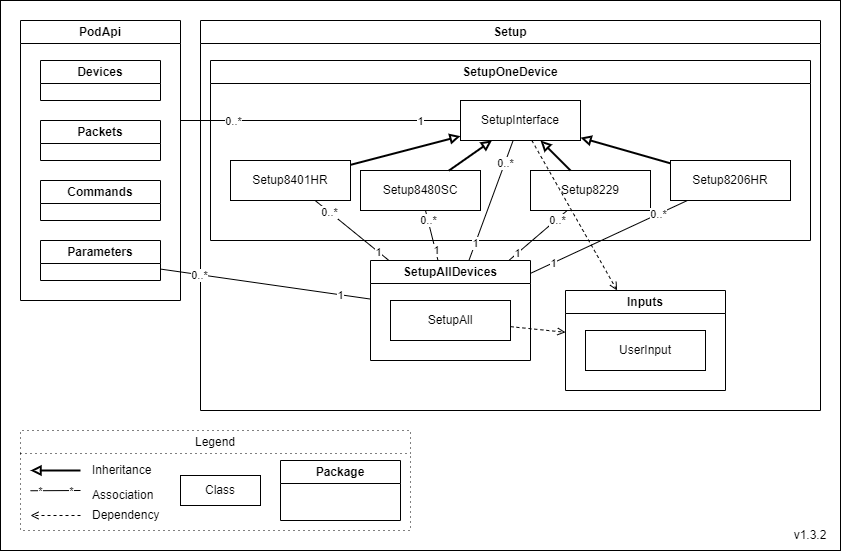
The draw.io diagram Documents/Diagrams/class-diagrams-Setup.png in Pinnacle-Technology-Inc/Morelia, before a commit. Source tidied: cells renumbered, new cells last; positions are measured from the earlier drawing's top-left corner, leaving out a move shared by most shapes.
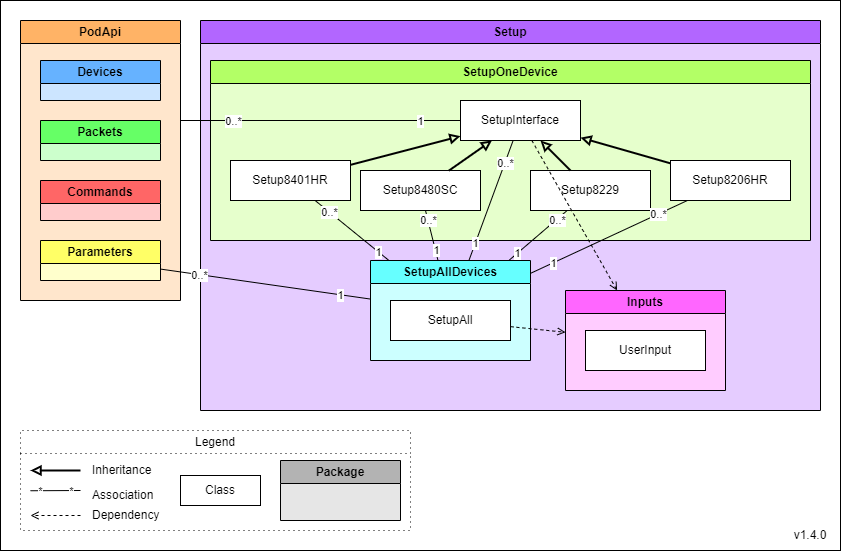
The same file after the commit.

Commit message:
[PA-47] add color to diagrams

The edit, as a diff of the source:
```diff
@@ -37,7 +37,7 @@
     <mxCell id="10" value="Class" style="rounded=0;whiteSpace=wrap;html=1;" parent="3" vertex="1">
       <mxGeometry x="160" y="45" width="80" height="30" as="geometry" />
     </mxCell>
-    <mxCell id="11" value="Package" style="swimlane;whiteSpace=wrap;html=1;" parent="3" vertex="1">
+    <mxCell id="11" value="Package" style="swimlane;whiteSpace=wrap;html=1;fillColor=#B3B3B3;swimlaneFillColor=#E6E6E6;" parent="3" vertex="1">
       <mxGeometry x="260" y="30" width="120" height="60" as="geometry" />
     </mxCell>
     <mxCell id="12" style="endArrow=open;html=1;endFill=0;dashed=1;fontStyle=0;" parent="3" edge="1">
@@ -49,13 +49,13 @@
     <mxCell id="13" value="Dependency" style="text;html=1;strokeColor=none;fillColor=none;align=left;verticalAlign=middle;whiteSpace=wrap;rounded=0;fontStyle=0;" parent="3" vertex="1">
       <mxGeometry x="70" y="75" width="80" height="20" as="geometry" />
     </mxCell>
-    <mxCell id="14" value="v1.3.2" style="text;html=1;strokeColor=none;fillColor=none;align=center;verticalAlign=middle;whiteSpace=wrap;rounded=0;fontStyle=0;" parent="1" vertex="1">
+    <mxCell id="14" value="v1.4.0" style="text;html=1;strokeColor=none;fillColor=none;align=center;verticalAlign=middle;whiteSpace=wrap;rounded=0;fontStyle=0;" parent="1" vertex="1">
       <mxGeometry x="780" y="520" width="60" height="30" as="geometry" />
     </mxCell>
-    <mxCell id="15" value="Setup" style="swimlane;whiteSpace=wrap;html=1;" parent="1" vertex="1">
+    <mxCell id="15" value="Setup" style="swimlane;whiteSpace=wrap;html=1;fillColor=#B266FF;swimlaneFillColor=#E5CCFF;" parent="1" vertex="1">
       <mxGeometry x="200" y="20" width="620" height="390" as="geometry" />
     </mxCell>
-    <mxCell id="16" value="SetupOneDevice" style="swimlane;whiteSpace=wrap;html=1;" parent="15" vertex="1">
+    <mxCell id="16" value="SetupOneDevice" style="swimlane;whiteSpace=wrap;html=1;fillColor=#B3FF66;swimlaneFillColor=#E6FFCC;" parent="15" vertex="1">
       <mxGeometry x="10" y="40" width="600" height="180" as="geometry" />
     </mxCell>
     <mxCell id="17" value="Setup8401HR" style="rounded=0;whiteSpace=wrap;html=1;fontStyle=0;" parent="16" vertex="1">
@@ -85,7 +85,7 @@
     <mxCell id="25" style="endArrow=block;html=1;endFill=0;strokeWidth=2;fontStyle=0;" parent="16" edge="1" source="24" target="19">
       <mxGeometry relative="1" as="geometry" />
     </mxCell>
-    <mxCell id="26" value="Inputs" style="swimlane;whiteSpace=wrap;html=1;" parent="15" vertex="1">
+    <mxCell id="26" value="Inputs" style="swimlane;whiteSpace=wrap;html=1;fillColor=#FF66FF;swimlaneFillColor=#FFCCFF;" parent="15" vertex="1">
       <mxGeometry x="365" y="270" width="160" height="100" as="geometry" />
     </mxCell>
     <mxCell id="27" value="UserInput" style="rounded=0;whiteSpace=wrap;html=1;fontStyle=0;" parent="26" vertex="1">
@@ -94,19 +94,19 @@
     <mxCell id="28" style="endArrow=open;html=1;endFill=0;dashed=1;fontStyle=0;" parent="15" edge="1" source="19" target="26">
       <mxGeometry relative="1" as="geometry" />
     </mxCell>
-    <mxCell id="29" value="PodApi" style="swimlane;whiteSpace=wrap;html=1;" parent="1" vertex="1">
+    <mxCell id="29" value="PodApi" style="swimlane;whiteSpace=wrap;html=1;fillColor=#FFB366;swimlaneFillColor=#FFE6CC;" parent="1" vertex="1">
       <mxGeometry x="20" y="20" width="160" height="280" as="geometry" />
     </mxCell>
-    <mxCell id="30" value="Devices" style="swimlane;whiteSpace=wrap;html=1;" parent="29" vertex="1">
+    <mxCell id="30" value="Devices" style="swimlane;whiteSpace=wrap;html=1;fillColor=#66B2FF;swimlaneFillColor=#CCE5FF;" parent="29" vertex="1">
       <mxGeometry x="20" y="40" width="120" height="40" as="geometry" />
     </mxCell>
-    <mxCell id="31" value="Packets" style="swimlane;whiteSpace=wrap;html=1;" parent="29" vertex="1">
+    <mxCell id="31" value="Packets" style="swimlane;whiteSpace=wrap;html=1;fillColor=#66FF66;swimlaneFillColor=#CCFFCC;" parent="29" vertex="1">
       <mxGeometry x="20" y="100" width="120" height="40" as="geometry" />
     </mxCell>
-    <mxCell id="32" value="Commands" style="swimlane;whiteSpace=wrap;html=1;" parent="29" vertex="1">
+    <mxCell id="32" value="Commands" style="swimlane;whiteSpace=wrap;html=1;fillColor=#FF6666;swimlaneFillColor=#FFCCCC;" parent="29" vertex="1">
       <mxGeometry x="20" y="160" width="120" height="40" as="geometry" />
     </mxCell>
-    <mxCell id="33" value="Parameters" style="swimlane;whiteSpace=wrap;html=1;" parent="29" vertex="1">
+    <mxCell id="33" value="Parameters" style="swimlane;whiteSpace=wrap;html=1;fillColor=#FFFF66;swimlaneFillColor=#FFFFCC;" parent="29" vertex="1">
       <mxGeometry x="20" y="220" width="120" height="40" as="geometry" />
     </mxCell>
     <mxCell id="34" style="endArrow=none;html=1;endFill=0;fontStyle=0;" parent="1" edge="1" source="19">
@@ -129,7 +129,7 @@
     <mxCell id="39" value="1" style="edgeLabel;html=1;align=center;verticalAlign=middle;fontStyle=0;" parent="37" vertex="1">
       <mxGeometry x="-0.71" relative="1" as="geometry" />
     </mxCell>
-    <mxCell id="40" value="SetupAllDevices" style="swimlane;whiteSpace=wrap;html=1;" parent="1" vertex="1">
+    <mxCell id="40" value="SetupAllDevices" style="swimlane;whiteSpace=wrap;html=1;fillColor=#66FFFF;swimlaneFillColor=#CCFFFF;" parent="1" vertex="1">
       <mxGeometry x="370" y="260" width="160" height="100" as="geometry" />
     </mxCell>
     <mxCell id="41" value="SetupAll" style="rounded=0;whiteSpace=wrap;html=1;fontStyle=0;" parent="40" vertex="1">
```
